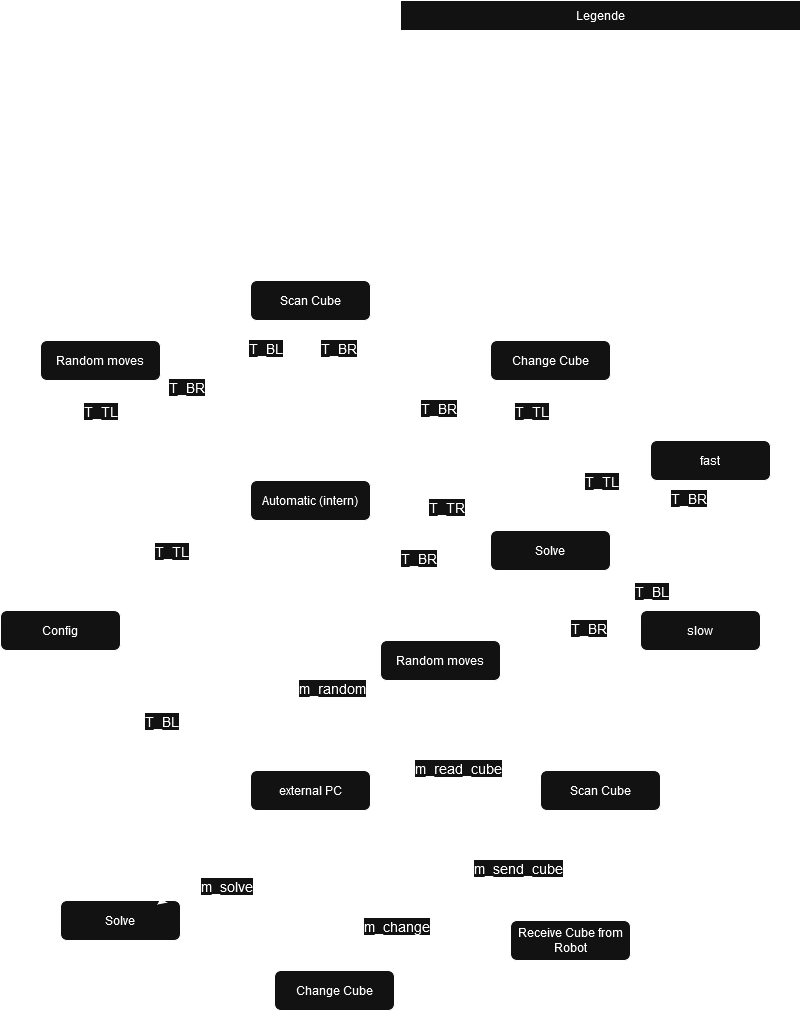
snech99/Cube_Solver_Robot keeps this draw.io diagram as State_Machine_Cube_Solver.png. Above is the earlier version. Source tidied: cells renumbered, new cells last; positions are measured from the earlier drawing's top-left corner, leaving out a move shared by most shapes.
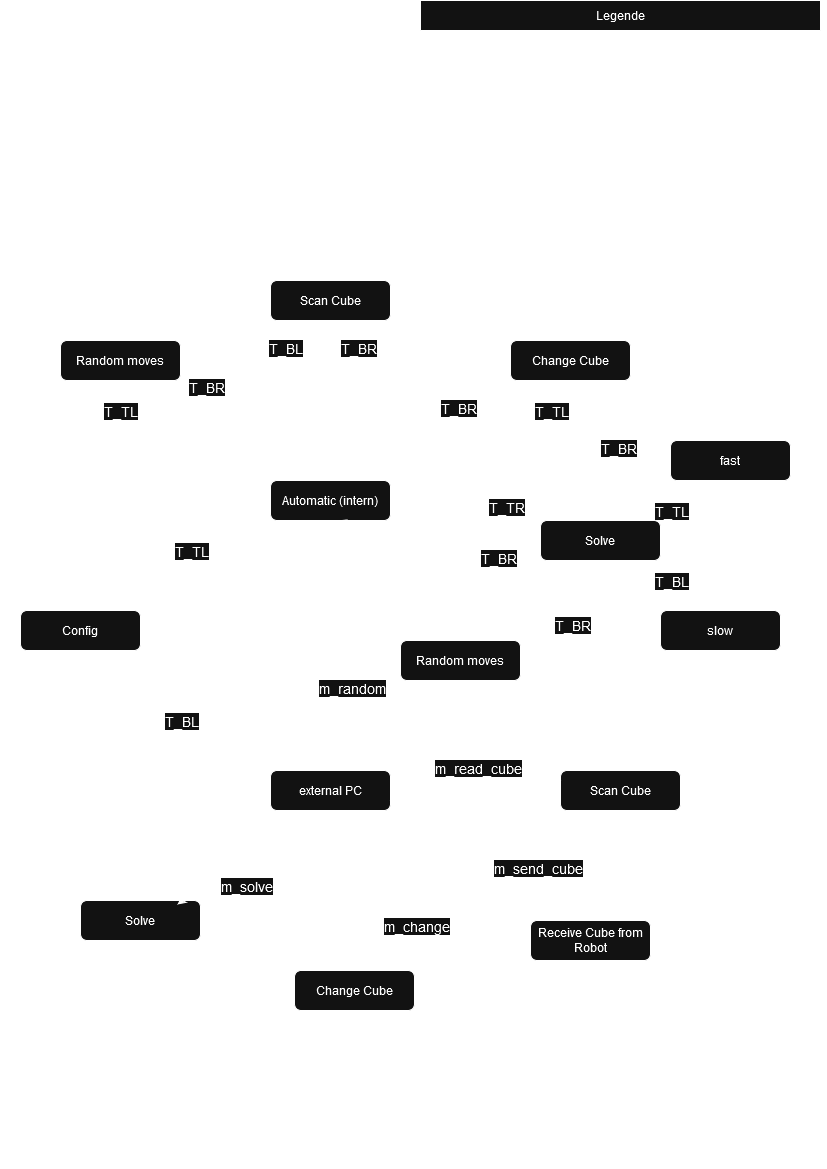
The same diagram one commit later.

The edit, as a diff of the source:
```diff
@@ -18,7 +18,7 @@
       <mxGeometry x="250" y="770" width="120" height="40" as="geometry" />
     </mxCell>
     <mxCell id="7" value="Solve" style="rounded=1;whiteSpace=wrap;html=1;fontSize=12;glass=0;strokeWidth=1;shadow=0;" parent="1" vertex="1">
-      <mxGeometry x="490" y="530" width="120" height="40" as="geometry" />
+      <mxGeometry x="520" y="520" width="120" height="40" as="geometry" />
     </mxCell>
     <mxCell id="8" value="Random moves" style="rounded=1;whiteSpace=wrap;html=1;fontSize=12;glass=0;strokeWidth=1;shadow=0;" parent="1" vertex="1">
       <mxGeometry x="380" y="640" width="120" height="40" as="geometry" />
@@ -83,7 +83,7 @@
     <mxCell id="26" style="endArrow=classic;html=1;rounded=0;exitX=0.5;exitY=1;exitDx=0;exitDy=0;entryX=0.75;entryY=0;entryDx=0;entryDy=0;" parent="1" edge="1" source="3" target="4">
       <mxGeometry relative="1" as="geometry" />
     </mxCell>
-    <mxCell id="27" style="endArrow=classic;html=1;rounded=0;exitX=1;exitY=0.5;exitDx=0;exitDy=0;entryX=0;entryY=0.25;entryDx=0;entryDy=0;" parent="1" edge="1" source="4" target="7">
+    <mxCell id="27" style="endArrow=classic;html=1;rounded=0;exitX=1;exitY=0.75;exitDx=0;exitDy=0;entryX=0;entryY=0.25;entryDx=0;entryDy=0;" parent="1" edge="1" source="4" target="7">
       <mxGeometry relative="1" as="geometry" />
     </mxCell>
     <mxCell id="28" style="endArrow=classic;html=1;rounded=0;exitX=0;exitY=0.75;exitDx=0;exitDy=0;entryX=1;entryY=1;entryDx=0;entryDy=0;" parent="1" edge="1" source="7" target="4">
@@ -100,7 +100,7 @@
       </mxGeometry>
     </mxCell>
     <mxCell id="31" value="&lt;font style=&quot;font-size: 14px;&quot;&gt;T_BR&lt;/font&gt;" style="edgeLabel;html=1;align=center;verticalAlign=middle;" parent="1" vertex="1">
-      <mxGeometry x="420" y="560" as="geometry">
+      <mxGeometry x="480" y="560" as="geometry">
         <mxPoint x="-3" y="-3" as="offset" />
       </mxGeometry>
     </mxCell>
@@ -110,7 +110,7 @@
       </mxGeometry>
     </mxCell>
     <mxCell id="33" value="&lt;font style=&quot;font-size: 14px;&quot;&gt;T_TR&lt;/font&gt;" style="edgeLabel;html=1;align=center;verticalAlign=middle;" parent="1" vertex="1">
-      <mxGeometry x="440" y="510" as="geometry">
+      <mxGeometry x="480" y="510" as="geometry">
         <mxPoint x="5" y="-4" as="offset" />
       </mxGeometry>
     </mxCell>
@@ -176,10 +176,10 @@
     <mxCell id="51" value="slow" style="rounded=1;whiteSpace=wrap;html=1;fontSize=12;glass=0;strokeWidth=1;shadow=0;" parent="1" vertex="1">
       <mxGeometry x="640" y="610" width="120" height="40" as="geometry" />
     </mxCell>
-    <mxCell id="52" style="endArrow=classic;html=1;rounded=0;exitX=0.75;exitY=0;exitDx=0;exitDy=0;entryX=0;entryY=0.5;entryDx=0;entryDy=0;" parent="1" edge="1" source="7" target="50">
+    <mxCell id="52" style="endArrow=classic;html=1;rounded=0;exitX=0.75;exitY=0;exitDx=0;exitDy=0;entryX=0;entryY=1;entryDx=0;entryDy=0;" parent="1" edge="1" source="7" target="50">
       <mxGeometry relative="1" as="geometry" />
     </mxCell>
-    <mxCell id="53" style="endArrow=classic;html=1;rounded=0;exitX=0.25;exitY=1;exitDx=0;exitDy=0;entryX=1;entryY=0.25;entryDx=0;entryDy=0;" parent="1" edge="1" source="50" target="7">
+    <mxCell id="53" style="endArrow=classic;html=1;rounded=0;exitX=0;exitY=0.25;exitDx=0;exitDy=0;entryX=1;entryY=0.5;entryDx=0;entryDy=0;entryPerimeter=0;" parent="1" edge="1" source="50" target="4">
       <mxGeometry relative="1" as="geometry" />
     </mxCell>
     <mxCell id="54" style="endArrow=classic;html=1;rounded=0;exitX=0.75;exitY=1;exitDx=0;exitDy=0;" parent="1" edge="1" source="7">
@@ -187,24 +187,24 @@
         <mxPoint x="640" y="610" as="targetPoint" />
       </mxGeometry>
     </mxCell>
-    <mxCell id="55" style="endArrow=classic;html=1;rounded=0;exitX=0;exitY=0.75;exitDx=0;exitDy=0;entryX=0.5;entryY=1;entryDx=0;entryDy=0;" parent="1" edge="1" source="51" target="7">
+    <mxCell id="55" style="endArrow=classic;html=1;rounded=0;exitX=0;exitY=0.75;exitDx=0;exitDy=0;entryX=0.558;entryY=1;entryDx=0;entryDy=0;entryPerimeter=0;" parent="1" edge="1" source="51" target="4">
       <mxGeometry relative="1" as="geometry" />
     </mxCell>
     <mxCell id="56" value="&lt;font style=&quot;font-size: 14px;&quot;&gt;T_TL&lt;/font&gt;" style="edgeLabel;html=1;align=center;verticalAlign=middle;" parent="1" vertex="1">
-      <mxGeometry x="600" y="480" as="geometry" />
+      <mxGeometry x="650" y="510" as="geometry" />
     </mxCell>
     <mxCell id="57" value="&lt;font style=&quot;font-size: 14px;&quot;&gt;T_BR&lt;/font&gt;" style="edgeLabel;html=1;align=center;verticalAlign=middle;" parent="1" vertex="1">
-      <mxGeometry x="690" y="500" as="geometry">
+      <mxGeometry x="600" y="450" as="geometry">
         <mxPoint x="-3" y="-3" as="offset" />
       </mxGeometry>
     </mxCell>
     <mxCell id="58" value="&lt;font style=&quot;font-size: 14px;&quot;&gt;T_BR&lt;/font&gt;" style="edgeLabel;html=1;align=center;verticalAlign=middle;" parent="1" vertex="1">
-      <mxGeometry x="590" y="630" as="geometry">
-        <mxPoint x="-3" y="-3" as="offset" />
+      <mxGeometry x="610" y="640" as="geometry">
+        <mxPoint x="-59" y="-16" as="offset" />
       </mxGeometry>
     </mxCell>
     <mxCell id="59" value="&lt;font style=&quot;font-size: 14px;&quot;&gt;T_BL&lt;/font&gt;" style="edgeLabel;html=1;align=center;verticalAlign=middle;" parent="1" vertex="1">
-      <mxGeometry x="650" y="590" as="geometry" />
+      <mxGeometry x="650" y="580" as="geometry" />
     </mxCell>
     <mxCell id="60" value="Change Cube" style="rounded=1;whiteSpace=wrap;html=1;fontSize=12;glass=0;strokeWidth=1;shadow=0;" parent="1" vertex="1">
       <mxGeometry x="274" y="970" width="120" height="40" as="geometry" />
```
